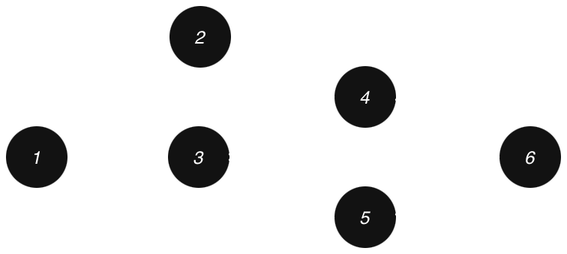
The draw.io diagram docs/_static/assets/nonlinear-session.png in project-vajra/veeksha, before a commit. Source tidied: cells renumbered, new cells last; positions are measured from the earlier drawing's top-left corner, leaving out a move shared by most shapes.
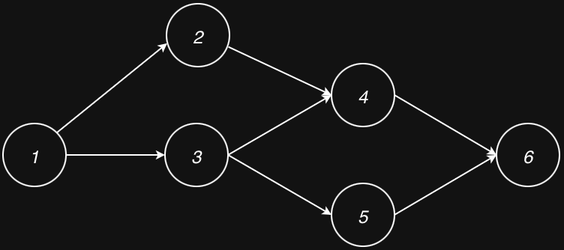
Later version of the same file.

The edit, as a diff of the source:
```diff
@@ -5,7 +5,7 @@
     <mxCell id="2" value="&lt;i&gt;2&lt;/i&gt;" style="ellipse;whiteSpace=wrap;html=1;" parent="1" vertex="1">
       <mxGeometry x="109" width="42" height="42" as="geometry" />
     </mxCell>
-    <mxCell id="3" style="edgeStyle=orthogonalEdgeStyle;rounded=0;jettySize=auto;html=1;strokeWidth=1;shape=flexArrow;width=4;startWidth=3;endWidth=4;arcSize=3;startSize=3;endSize=3;" parent="1" edge="1" source="4" target="5">
+    <mxCell id="3" style="edgeStyle=orthogonalEdgeStyle;rounded=0;jettySize=auto;html=1;strokeWidth=1;startWidth=3;endWidth=4;arcSize=3;endSize=3;startSize=3;" parent="1" edge="1" source="4" target="5">
       <mxGeometry relative="1" as="geometry" />
     </mxCell>
     <mxCell id="4" value="&lt;i&gt;1&lt;/i&gt;" style="ellipse;whiteSpace=wrap;html=1;" parent="1" vertex="1">
@@ -14,31 +14,31 @@
     <mxCell id="5" value="&lt;i&gt;3&lt;/i&gt;" style="ellipse;whiteSpace=wrap;html=1;" parent="1" vertex="1">
       <mxGeometry x="108" y="80" width="42" height="42" as="geometry" />
     </mxCell>
-    <mxCell id="6" style="endArrow=classic;html=1;rounded=0;entryX=0.011;entryY=0.629;entryDx=0;entryDy=0;entryPerimeter=0;exitX=1;exitY=0;exitDx=0;exitDy=0;strokeWidth=1;shape=flexArrow;width=4;startWidth=3;endWidth=4;arcSize=3;startSize=3;endSize=3;" parent="1" edge="1" source="4" target="2">
+    <mxCell id="6" style="endArrow=classic;html=1;rounded=0;entryX=0.011;entryY=0.629;entryDx=0;entryDy=0;entryPerimeter=0;exitX=1;exitY=0;exitDx=0;exitDy=0;strokeWidth=1;startWidth=3;endWidth=4;arcSize=3;endSize=3;startSize=3;" parent="1" edge="1" source="4" target="2">
       <mxGeometry relative="1" as="geometry" />
     </mxCell>
     <mxCell id="7" value="&lt;i&gt;4&lt;/i&gt;" style="ellipse;whiteSpace=wrap;html=1;" parent="1" vertex="1">
       <mxGeometry x="219" y="40" width="42" height="42" as="geometry" />
     </mxCell>
-    <mxCell id="8" style="endArrow=none;html=1;rounded=0;entryX=0.983;entryY=0.686;entryDx=0;entryDy=0;entryPerimeter=0;exitX=0;exitY=0.5;exitDx=0;exitDy=0;startArrow=classic;startFill=1;endFill=0;strokeWidth=1;shape=flexArrow;width=4;startWidth=3;endWidth=4;arcSize=3;startSize=3;endSize=3;" parent="1" edge="1" source="7" target="2">
+    <mxCell id="8" style="endArrow=none;html=1;rounded=0;entryX=0.983;entryY=0.686;entryDx=0;entryDy=0;entryPerimeter=0;exitX=0;exitY=0.5;exitDx=0;exitDy=0;startArrow=classic;startFill=1;endFill=0;strokeWidth=1;startWidth=3;endWidth=4;arcSize=3;startSize=3;endSize=3;" parent="1" edge="1" source="7" target="2">
       <mxGeometry relative="1" as="geometry" />
     </mxCell>
     <mxCell id="9" value="&lt;i&gt;5&lt;/i&gt;" style="ellipse;whiteSpace=wrap;html=1;" parent="1" vertex="1">
       <mxGeometry x="219" y="120" width="42" height="42" as="geometry" />
     </mxCell>
-    <mxCell id="10" style="endArrow=none;html=1;rounded=0;entryX=1;entryY=0.5;entryDx=0;entryDy=0;exitX=0;exitY=0.5;exitDx=0;exitDy=0;startArrow=classic;startFill=1;endFill=0;strokeWidth=1;shape=flexArrow;width=4;startWidth=3;endWidth=4;arcSize=3;startSize=3;endSize=3;" parent="1" edge="1" source="7" target="5">
+    <mxCell id="10" style="endArrow=none;html=1;rounded=0;entryX=1;entryY=0.5;entryDx=0;entryDy=0;exitX=0;exitY=0.5;exitDx=0;exitDy=0;startArrow=classic;startFill=1;endFill=0;strokeWidth=1;startWidth=3;endWidth=4;arcSize=3;endSize=3;startSize=3;" parent="1" edge="1" source="7" target="5">
       <mxGeometry relative="1" as="geometry" />
     </mxCell>
-    <mxCell id="11" style="endArrow=none;html=1;rounded=0;entryX=1;entryY=0.5;entryDx=0;entryDy=0;exitX=0;exitY=0.5;exitDx=0;exitDy=0;startArrow=classic;startFill=1;endFill=0;strokeWidth=1;shape=flexArrow;width=4;startWidth=3;endWidth=4;arcSize=3;startSize=3;endSize=3;" parent="1" edge="1" source="9" target="5">
+    <mxCell id="11" style="endArrow=none;html=1;rounded=0;entryX=1;entryY=0.5;entryDx=0;entryDy=0;exitX=0;exitY=0.5;exitDx=0;exitDy=0;startArrow=classic;startFill=1;endFill=0;strokeWidth=1;startWidth=3;endWidth=4;arcSize=3;endSize=3;startSize=3;" parent="1" edge="1" source="9" target="5">
       <mxGeometry relative="1" as="geometry" />
     </mxCell>
     <mxCell id="12" value="&lt;i&gt;6&lt;/i&gt;" style="ellipse;whiteSpace=wrap;html=1;" parent="1" vertex="1">
       <mxGeometry x="329" y="80" width="42" height="42" as="geometry" />
     </mxCell>
-    <mxCell id="13" style="endArrow=none;html=1;rounded=0;entryX=1;entryY=0.5;entryDx=0;entryDy=0;exitX=0;exitY=0.5;exitDx=0;exitDy=0;startArrow=classic;startFill=1;endFill=0;strokeWidth=1;shape=flexArrow;width=4;startWidth=3;endWidth=4;arcSize=3;startSize=3;endSize=3;" parent="1" edge="1" source="12" target="7">
+    <mxCell id="13" style="endArrow=none;html=1;rounded=0;entryX=1;entryY=0.5;entryDx=0;entryDy=0;exitX=0;exitY=0.5;exitDx=0;exitDy=0;startArrow=classic;startFill=1;endFill=0;strokeWidth=1;startWidth=3;endWidth=4;arcSize=3;endSize=3;startSize=3;" parent="1" edge="1" source="12" target="7">
       <mxGeometry relative="1" as="geometry" />
     </mxCell>
-    <mxCell id="14" style="endArrow=none;html=1;rounded=0;entryX=1;entryY=0.5;entryDx=0;entryDy=0;exitX=0;exitY=0.5;exitDx=0;exitDy=0;startArrow=classic;startFill=1;endFill=0;strokeWidth=1;shape=flexArrow;width=4;startWidth=3;endWidth=4;arcSize=3;startSize=3;endSize=3;" parent="1" edge="1" source="12" target="9">
+    <mxCell id="14" style="endArrow=none;html=1;rounded=0;entryX=1;entryY=0.5;entryDx=0;entryDy=0;exitX=0;exitY=0.5;exitDx=0;exitDy=0;startArrow=classic;startFill=1;endFill=0;strokeWidth=1;startWidth=3;endWidth=4;arcSize=3;endSize=3;startSize=3;" parent="1" edge="1" source="12" target="9">
       <mxGeometry relative="1" as="geometry" />
     </mxCell>
   </root>
```
